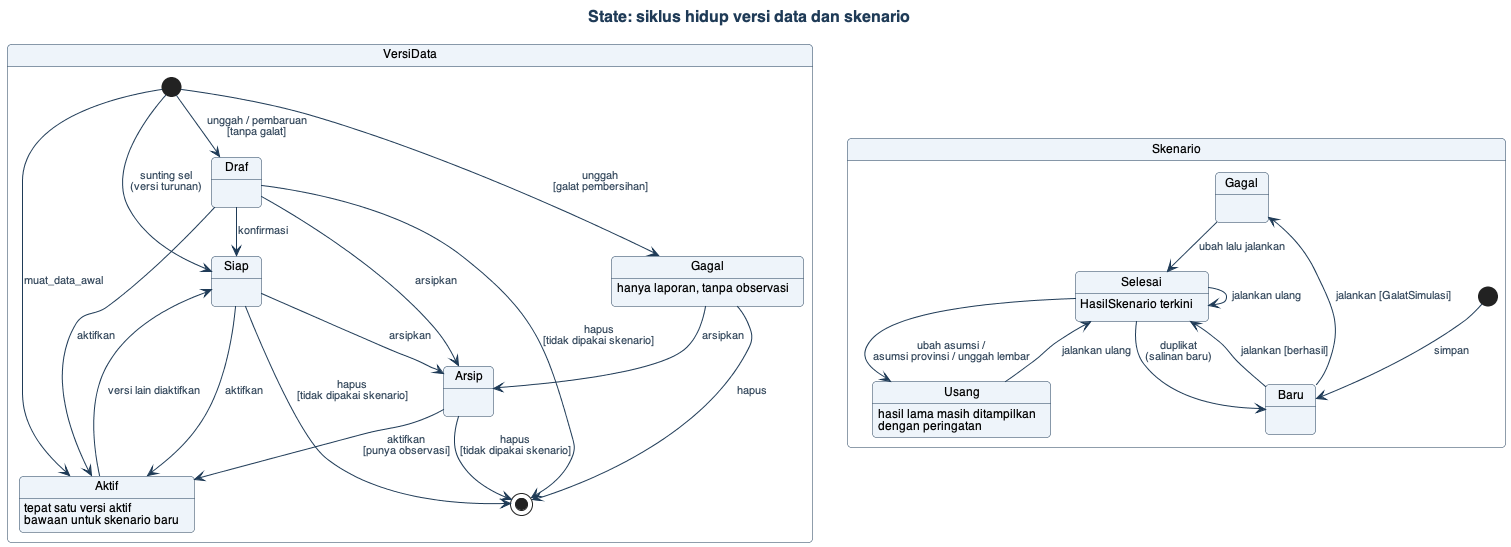
Above: 02 Code/Simulator-Investasi/docs/uml/png/10_state_versi.png in Atha-Mawardi/RDSI_Kemeninves (PlantUML), before the change.
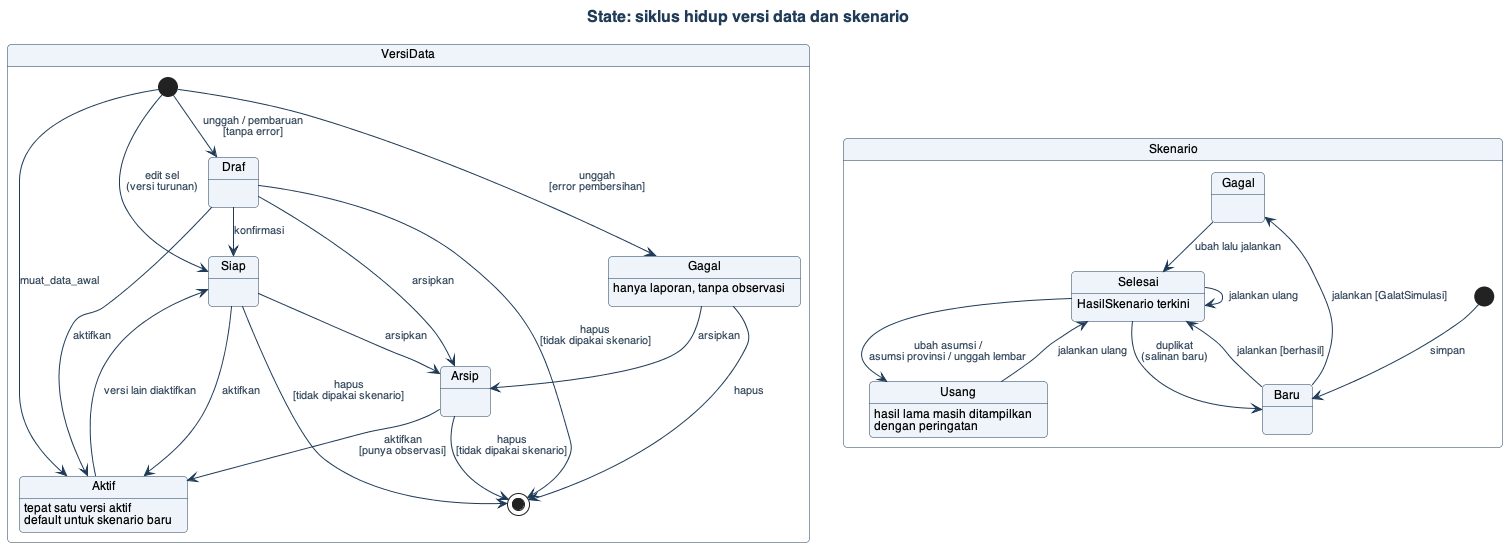
Later version of the same file.

What changed in the source:
```diff
@@ -3,9 +3,9 @@
 title State: siklus hidup versi data dan skenario
 
 state "VersiData" as V {
-  [*] --> Draf : unggah / pembaruan\n[tanpa galat]
-  [*] --> Gagal : unggah\n[galat pembersihan]
-  [*] --> Siap : sunting sel\n(versi turunan)
+  [*] --> Draf : unggah / pembaruan\n[tanpa error]
+  [*] --> Gagal : unggah\n[error pembersihan]
+  [*] --> Siap : edit sel\n(versi turunan)
   [*] --> Aktif : muat_data_awal
   Draf --> Siap : konfirmasi
   Draf --> Aktif : aktifkan
@@ -21,7 +21,7 @@
   Gagal --> [*] : hapus
 
   Aktif : tepat satu versi aktif
-  Aktif : bawaan untuk skenario baru
+  Aktif : default untuk skenario baru
   Gagal : hanya laporan, tanpa observasi
 }
 
```
